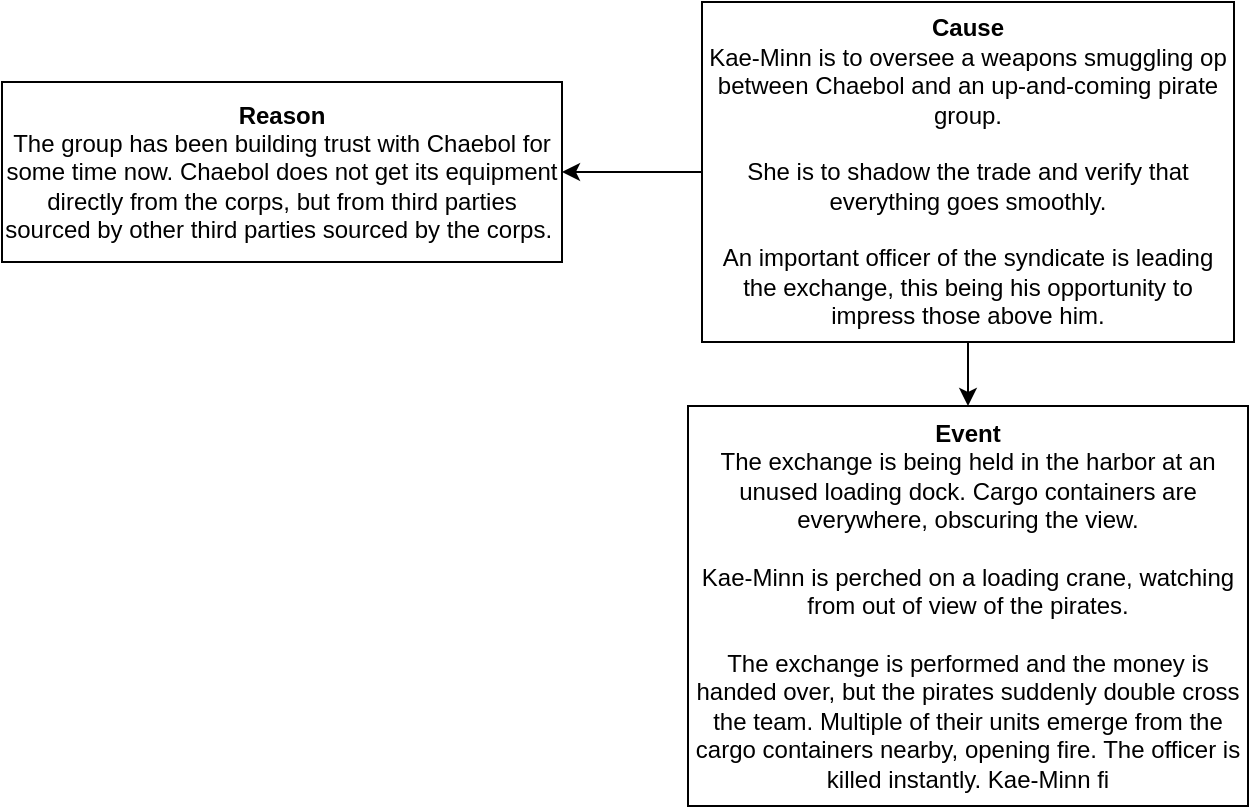
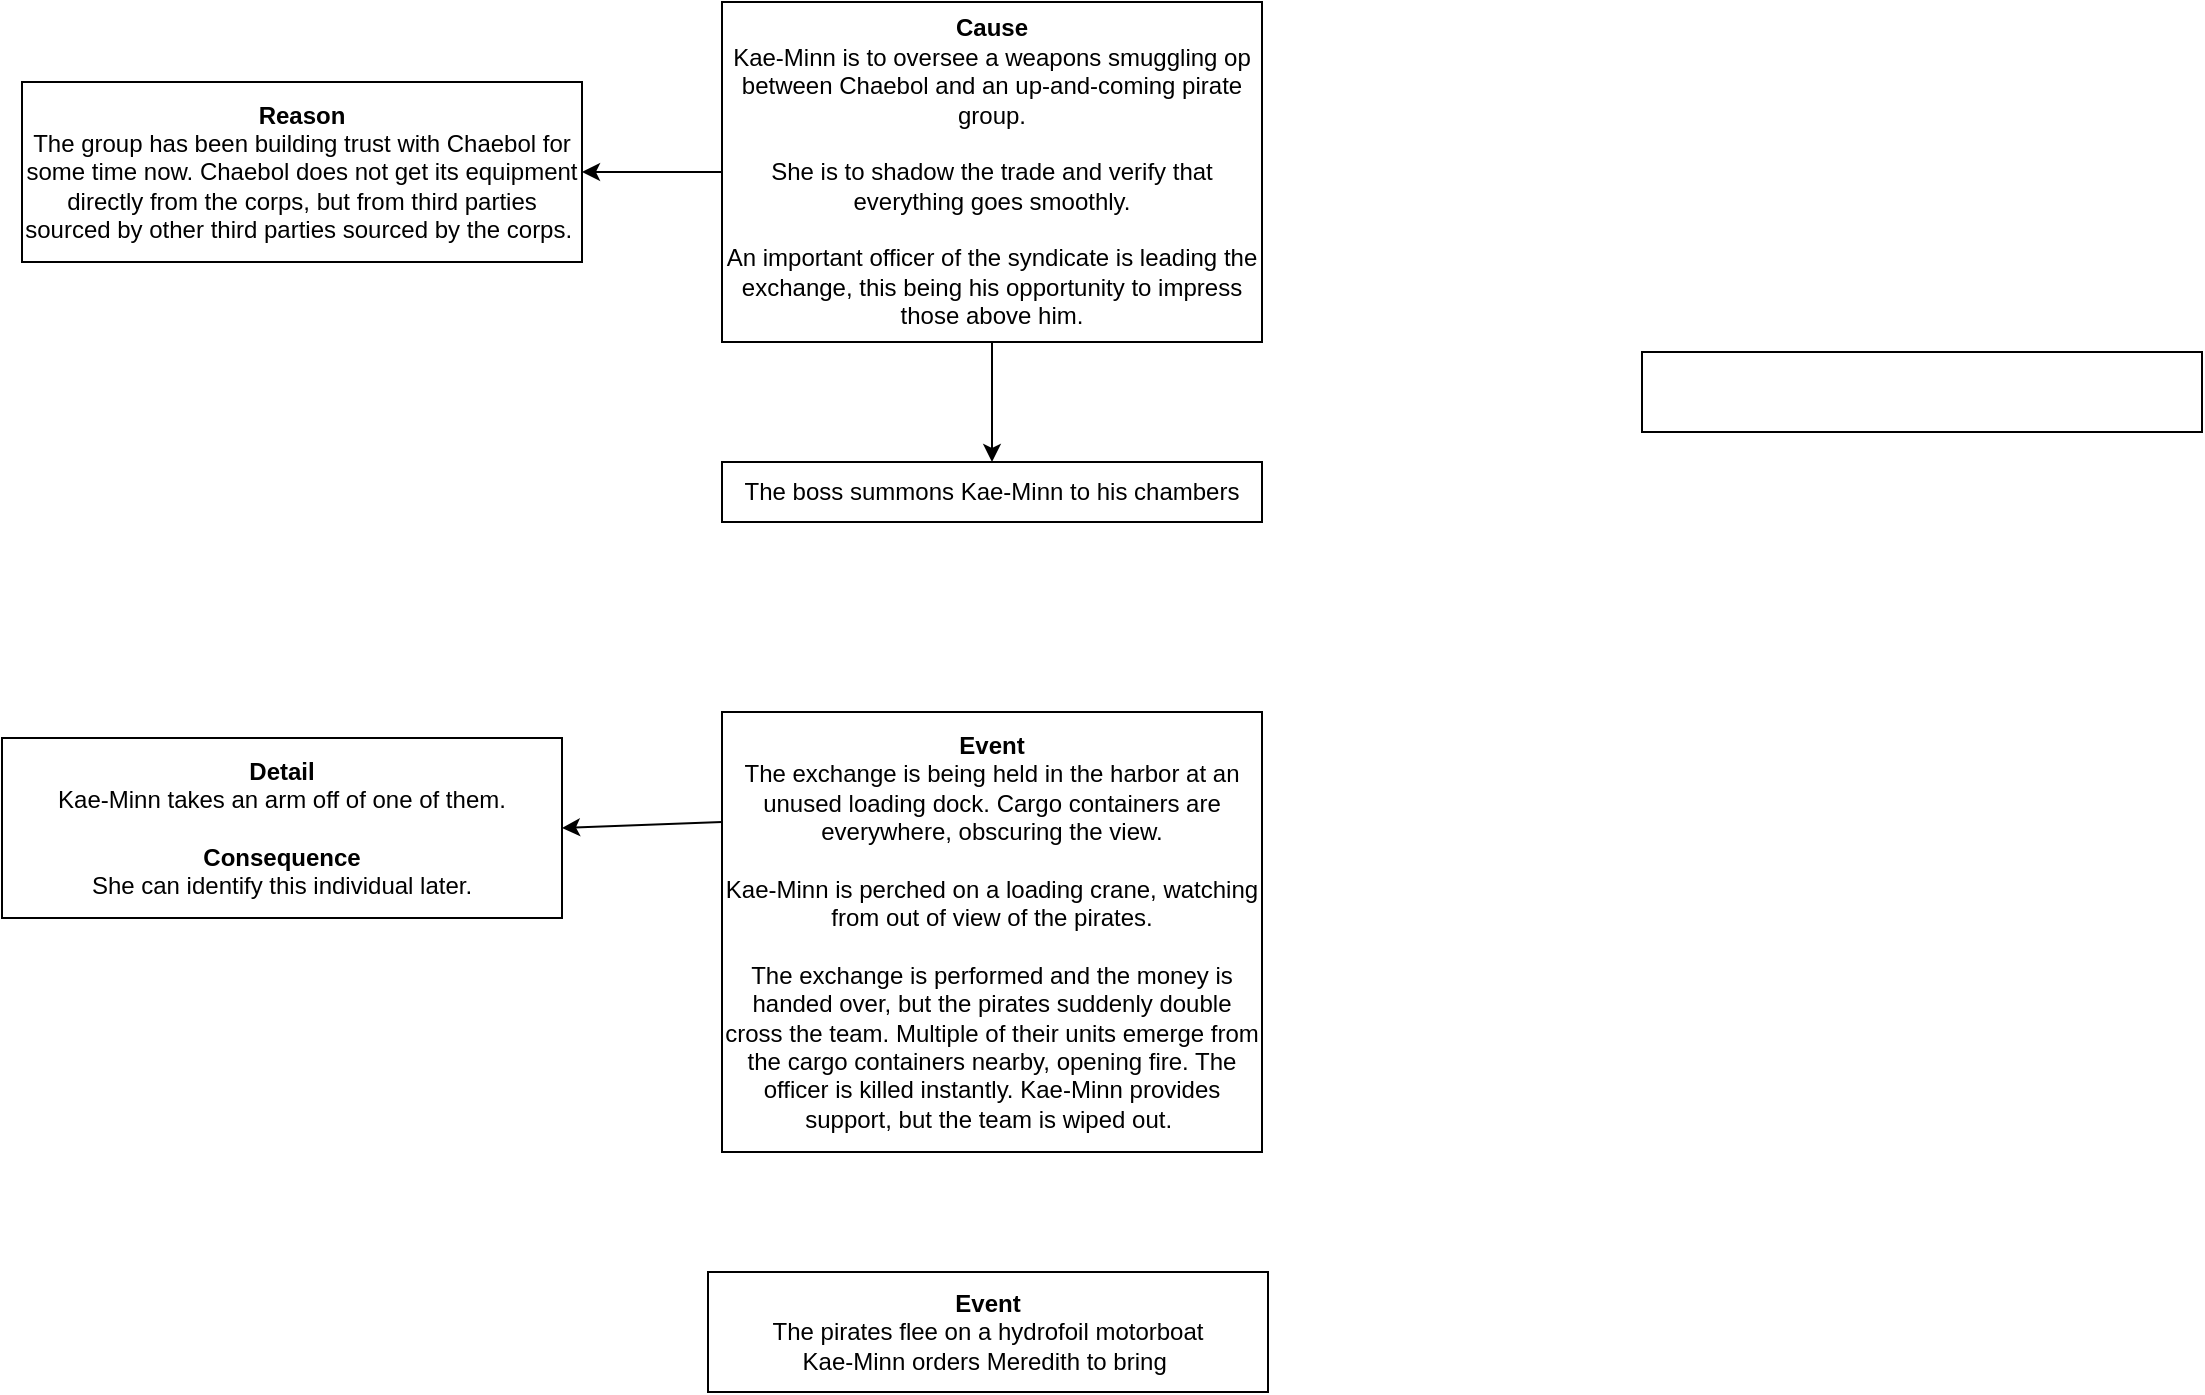
<mxfile host="app.diagrams.net" agent="5.0 (Macintosh; Intel Mac OS X 10_15_7) AppleWebKit/537.36 (KHTML, like Gecko) Chrome/109.0.0.0 Safari/537.36">
  <diagram name="Page-1" id="2YBvvXClWsGukQMizWep">
-     <mxGraphModel dx="736" dy="381" grid="1" gridSize="10" guides="1" tooltips="1" connect="1" arrows="1" fold="1" page="1" pageScale="1" pageWidth="2000" pageHeight="8000" math="0" shadow="0">
+     <mxGraphModel dx="792" dy="411" grid="1" gridSize="10" guides="1" tooltips="1" connect="1" arrows="1" fold="1" page="1" pageScale="1" pageWidth="2000" pageHeight="8000" math="0" shadow="0">
      <root>
        <mxCell id="0" />
        <mxCell id="1" parent="0" />
        <mxCell id="WD_lBp7OyrhRz48vkECi-2" parent="1" style="text;html=1;whiteSpace=wrap;strokeColor=default;fillColor=default;align=center;verticalAlign=middle;rounded=0;imageAspect=1;autosize=1;fixedWidth=1;resizeHeight=1;labelPosition=center;verticalLabelPosition=middle;" value="&lt;div align=&quot;center&quot;&gt;&lt;font&gt;&lt;b style=&quot;background-color: light-dark(#ffffff, var(--ge-dark-color, #121212));&quot;&gt;Cause&lt;/b&gt;&lt;/font&gt;&lt;/div&gt;&lt;div align=&quot;center&quot;&gt;&lt;font&gt;&lt;span style=&quot;background-color: light-dark(#ffffff, var(--ge-dark-color, #121212));&quot;&gt;Kae-Minn is to oversee a weapons smuggling op between Chaebol and an up-and-coming pirate group.&lt;/span&gt;&lt;br&gt;&lt;br&gt;She is to shadow the trade and verify that everything goes smoothly.&lt;/font&gt;&lt;/div&gt;&lt;div align=&quot;center&quot;&gt;&lt;font&gt;&lt;br&gt;&lt;/font&gt;&lt;/div&gt;&lt;div align=&quot;center&quot;&gt;&lt;font&gt;An important officer of the syndicate is leading the exchange, this being his opportunity to impress those above him.&lt;/font&gt;&lt;/div&gt;" vertex="1">
-           <mxGeometry height="170" width="266" x="890" y="85" as="geometry" />
+           <mxGeometry height="170" width="270" x="890" y="85" as="geometry" />
        </mxCell>
        <mxCell id="WD_lBp7OyrhRz48vkECi-3" parent="1" style="text;html=1;whiteSpace=wrap;strokeColor=default;fillColor=default;align=center;verticalAlign=middle;rounded=0;" value="&lt;div align=&quot;center&quot;&gt;&lt;font&gt;&lt;b&gt;Reason&lt;/b&gt;&lt;/font&gt;&lt;/div&gt;&lt;div align=&quot;center&quot;&gt;&lt;font&gt;The group has been building trust with Chaebol for some time now. Chaebol does not get its equipment directly from the corps, but from third parties sourced by other third parties sourced by the corps.&amp;nbsp;&lt;/font&gt;&lt;/div&gt;" vertex="1">
          <mxGeometry height="90" width="280" x="540" y="125" as="geometry" />
        </mxCell>
-         <mxCell id="WD_lBp7OyrhRz48vkECi-10" parent="1" style="text;html=1;whiteSpace=wrap;strokeColor=default;fillColor=default;align=center;verticalAlign=middle;rounded=0;imageAspect=1;autosize=1;fixedWidth=1;resizeHeight=1;" value="&lt;div&gt;&lt;font&gt;&lt;b&gt;Event&lt;/b&gt;&lt;/font&gt;&lt;/div&gt;&lt;div&gt;&lt;font&gt;The exchange is being held in the harbor at an unused loading dock. Cargo containers are everywhere, obscuring the view.&lt;/font&gt;&lt;/div&gt;&lt;div&gt;&lt;font&gt;&lt;br&gt;&lt;/font&gt;&lt;/div&gt;&lt;div&gt;&lt;font&gt;Kae-Minn is perched on a loading crane, watching from out of view of the pirates.&lt;/font&gt;&lt;/div&gt;&lt;div&gt;&lt;font&gt;&lt;br&gt;&lt;/font&gt;&lt;/div&gt;&lt;div&gt;&lt;font&gt;The exchange is performed and the money is handed over, but the pirates suddenly double cross the team.&amp;nbsp;Multiple of their units emerge from the cargo containers nearby, opening fire. The officer is killed instantly. Kae-Minn fi&lt;/font&gt;&lt;/div&gt;" vertex="1">
-           <mxGeometry height="200" width="280" x="883" y="287" as="geometry" />
-         </mxCell>
-         <mxCell id="WD_lBp7OyrhRz48vkECi-12" edge="1" parent="1" source="WD_lBp7OyrhRz48vkECi-2" style="endArrow=classic;html=1;rounded=0;exitX=0.5;exitY=1;exitDx=0;exitDy=0;entryX=0.5;entryY=0;entryDx=0;entryDy=0;" target="WD_lBp7OyrhRz48vkECi-10" value="">
-           <mxGeometry height="50" relative="1" width="50" as="geometry">
-             <mxPoint x="1050" y="417" as="sourcePoint" />
-             <mxPoint x="1100" y="367" as="targetPoint" />
-           </mxGeometry>
+         <mxCell id="WD_lBp7OyrhRz48vkECi-10" parent="1" style="text;html=1;whiteSpace=wrap;strokeColor=default;fillColor=default;align=center;verticalAlign=middle;rounded=0;imageAspect=1;autosize=1;fixedWidth=1;resizeHeight=1;" value="&lt;div&gt;&lt;font&gt;&lt;b&gt;Event&lt;/b&gt;&lt;/font&gt;&lt;/div&gt;&lt;div&gt;&lt;font&gt;The exchange is being held in the harbor at an unused loading dock. Cargo containers are everywhere, obscuring the view.&lt;/font&gt;&lt;/div&gt;&lt;div&gt;&lt;font&gt;&lt;br&gt;&lt;/font&gt;&lt;/div&gt;&lt;div&gt;&lt;font&gt;Kae-Minn is perched on a loading crane, watching from out of view of the pirates.&lt;/font&gt;&lt;/div&gt;&lt;div&gt;&lt;font&gt;&lt;br&gt;&lt;/font&gt;&lt;/div&gt;&lt;div&gt;&lt;font&gt;The exchange is performed and the money is handed over, but the pirates suddenly double cross the team.&amp;nbsp;Multiple of their units emerge from the cargo containers nearby, opening fire. The officer is killed instantly. Kae-Minn provides support, but the team is wiped out.&amp;nbsp;&lt;/font&gt;&lt;/div&gt;" vertex="1">
+           <mxGeometry height="220" width="270" x="890" y="440" as="geometry" />
        </mxCell>
        <mxCell id="2lVWURBgC8E-njB588qe-1" edge="1" parent="1" source="WD_lBp7OyrhRz48vkECi-2" style="endArrow=classic;html=1;rounded=0;exitX=0;exitY=0.5;exitDx=0;exitDy=0;entryX=1;entryY=0.5;entryDx=0;entryDy=0;" target="WD_lBp7OyrhRz48vkECi-3" value="">
          <mxGeometry height="50" relative="1" width="50" as="geometry">
            <mxPoint x="980" y="257" as="sourcePoint" />
            <mxPoint x="1030" y="207" as="targetPoint" />
          </mxGeometry>
        </mxCell>
+         <mxCell id="qDZ2SGpANuDxGcVs4Ad5-1" parent="1" style="text;html=1;whiteSpace=wrap;strokeColor=default;fillColor=default;align=center;verticalAlign=middle;rounded=0;imageAspect=1;autosize=1;fixedWidth=1;resizeHeight=1;" value="&lt;div&gt;&lt;b&gt;Detail&lt;br&gt;&lt;/b&gt;Kae-Minn takes an arm off of one of them.&lt;br&gt;&lt;br&gt;&lt;b&gt;Consequence&lt;/b&gt;&lt;/div&gt;&lt;div&gt;She can identify this individual later.&lt;/div&gt;" vertex="1">
+           <mxGeometry height="90" width="280" x="530" y="453" as="geometry" />
+         </mxCell>
+         <mxCell id="qDZ2SGpANuDxGcVs4Ad5-2" edge="1" parent="1" source="WD_lBp7OyrhRz48vkECi-10" style="endArrow=classic;html=1;rounded=0;exitX=0;exitY=0.25;exitDx=0;exitDy=0;entryX=1;entryY=0.5;entryDx=0;entryDy=0;" target="qDZ2SGpANuDxGcVs4Ad5-1" value="">
+           <mxGeometry height="50" relative="1" width="50" as="geometry">
+             <mxPoint x="890" y="563" as="sourcePoint" />
+             <mxPoint x="940" y="513" as="targetPoint" />
+           </mxGeometry>
+         </mxCell>
+         <mxCell id="qDZ2SGpANuDxGcVs4Ad5-3" parent="1" style="text;html=1;whiteSpace=wrap;strokeColor=default;fillColor=default;align=center;verticalAlign=middle;rounded=0;imageAspect=1;autosize=1;fixedWidth=1;resizeHeight=1;" value="The boss summons Kae-Minn to his chambers" vertex="1">
+           <mxGeometry height="30" width="270" x="890" y="315" as="geometry" />
+         </mxCell>
+         <mxCell id="qDZ2SGpANuDxGcVs4Ad5-4" parent="1" style="text;html=1;whiteSpace=wrap;strokeColor=default;fillColor=default;align=center;verticalAlign=middle;rounded=0;imageAspect=1;autosize=1;fixedWidth=1;resizeHeight=1;" value="&lt;div&gt;&lt;b&gt;Event&lt;/b&gt;&lt;/div&gt;&lt;div&gt;The pirates flee on a hydrofoil motorboat&lt;/div&gt;&lt;div&gt;Kae-Minn orders Meredith to bring&amp;nbsp;&lt;/div&gt;" vertex="1">
+           <mxGeometry height="60" width="280" x="883" y="720" as="geometry" />
+         </mxCell>
+         <mxCell id="qDZ2SGpANuDxGcVs4Ad5-5" parent="1" style="text;html=1;whiteSpace=wrap;strokeColor=default;fillColor=default;align=center;verticalAlign=middle;rounded=0;imageAspect=1;autosize=1;fixedWidth=1;resizeHeight=1;" value="" vertex="1">
+           <mxGeometry height="40" width="280" x="1350" y="260" as="geometry" />
+         </mxCell>
+         <mxCell id="qDZ2SGpANuDxGcVs4Ad5-6" edge="1" parent="1" source="WD_lBp7OyrhRz48vkECi-2" style="endArrow=classic;html=1;rounded=0;exitX=0.5;exitY=1;exitDx=0;exitDy=0;entryX=0.5;entryY=0;entryDx=0;entryDy=0;" target="qDZ2SGpANuDxGcVs4Ad5-3" value="">
+           <mxGeometry height="50" relative="1" width="50" as="geometry">
+             <mxPoint x="990" y="300" as="sourcePoint" />
+             <mxPoint x="1040" y="250" as="targetPoint" />
+           </mxGeometry>
+         </mxCell>
      </root>
    </mxGraphModel>
  </diagram>
</mxfile>
